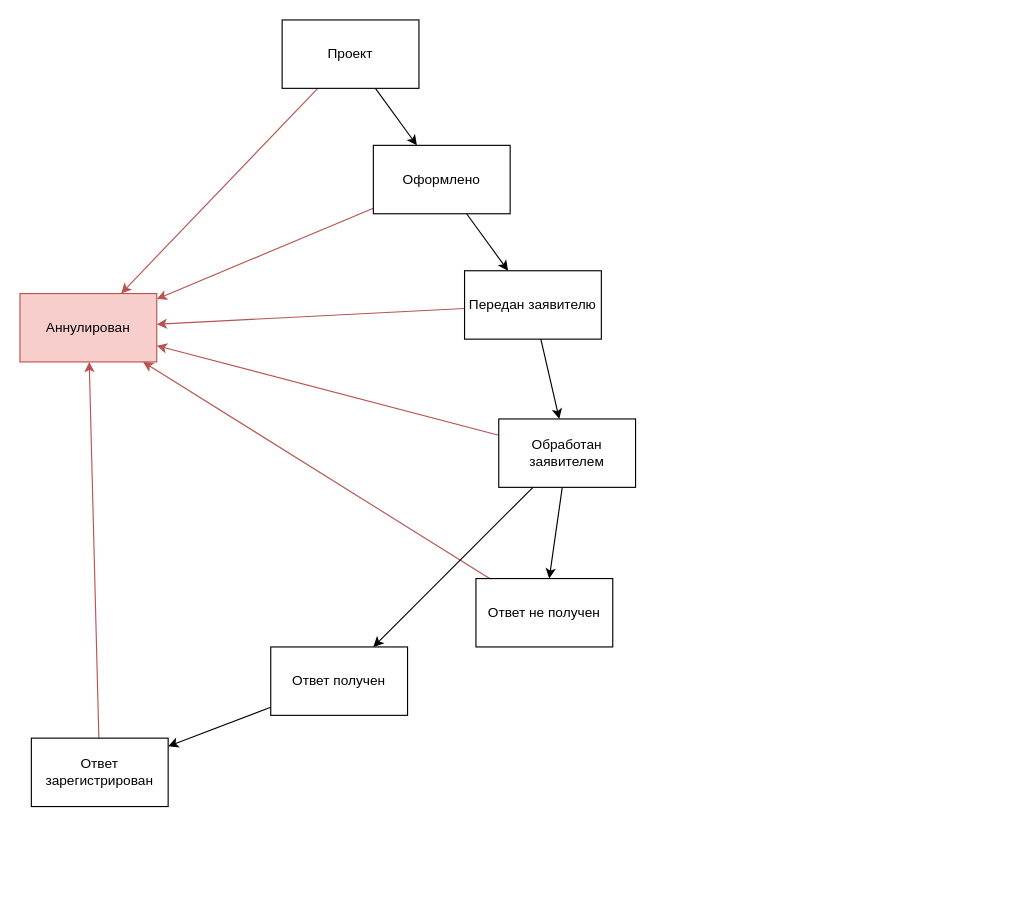
davyd0ff/so-line-grls keeps this draw.io diagram as Domain/Requests/CSApplicantReqeust.States.Statemachine.drawio. Above is the earlier version. Source tidied: cells renumbered, new cells numbered last; positions are measured from the earlier drawing's top-left corner, leaving out a move shared by most shapes. Both pictures are drawn from the tidied source at 114%, with x=0, y=0 at pixel (19, 19).
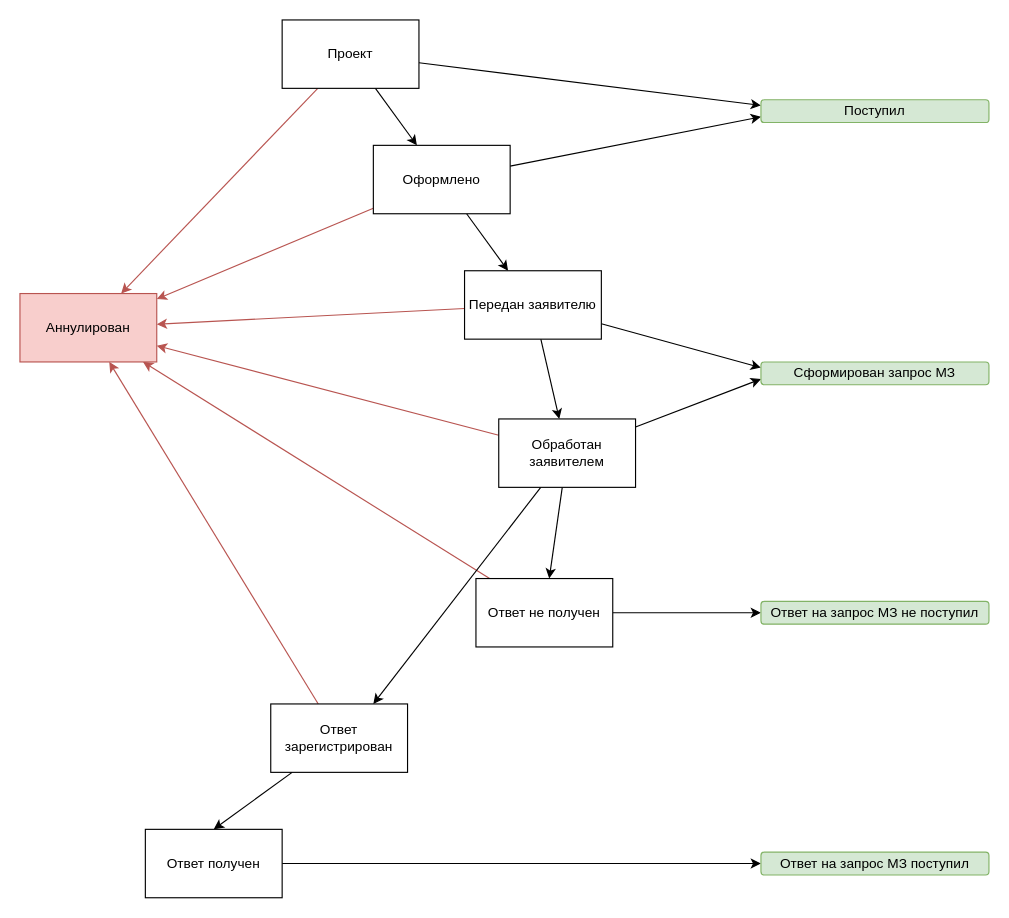
The same diagram, later.

Unchanged cells that the change refers to:
```xml
<mxCell id="4" value="Проект" style="rounded=0;whiteSpace=wrap;html=1;" parent="1" vertex="1">
  <mxGeometry x="230" width="120" height="60" as="geometry" />
</mxCell>
<mxCell id="7" value="Оформлено" style="rounded=0;whiteSpace=wrap;html=1;" parent="1" vertex="1">
  <mxGeometry x="310" y="110" width="120" height="60" as="geometry" />
</mxCell>
<mxCell id="10" value="Передан заявителю" style="rounded=0;whiteSpace=wrap;html=1;" parent="1" vertex="1">
  <mxGeometry x="390" y="220" width="120" height="60" as="geometry" />
</mxCell>
<mxCell id="16" value="Ответ не получен" style="rounded=0;whiteSpace=wrap;html=1;" parent="1" vertex="1">
  <mxGeometry x="400" y="490" width="120" height="60" as="geometry" />
</mxCell>
<mxCell id="21" value="Обработан заявителем" style="rounded=0;whiteSpace=wrap;html=1;" parent="1" vertex="1">
  <mxGeometry x="420" y="350" width="120" height="60" as="geometry" />
</mxCell>
```

The edit, as a diff of the source:
```diff
@@
+    <mxCell id="22" style="edgeStyle=none;rounded=0;jettySize=auto;html=1;entryX=0;entryY=0.25;entryDx=0;entryDy=0;" parent="1" edge="1" source="4" target="29">
+      <mxGeometry relative="1" as="geometry" />
+    </mxCell>
@@
+    <mxCell id="23" style="edgeStyle=none;rounded=0;jettySize=auto;html=1;entryX=0;entryY=0.75;entryDx=0;entryDy=0;" parent="1" edge="1" source="7" target="29">
+      <mxGeometry relative="1" as="geometry" />
+    </mxCell>
@@
+    <mxCell id="24" style="edgeStyle=none;rounded=0;jettySize=auto;html=1;entryX=0;entryY=0.25;entryDx=0;entryDy=0;" parent="1" edge="1" source="10" target="28">
+      <mxGeometry relative="1" as="geometry" />
+    </mxCell>
@@
     <mxCell id="12" value="Ответ зарегистрирован" style="rounded=0;whiteSpace=wrap;html=1;" parent="1" vertex="1">
-      <mxGeometry x="10" y="630" width="120" height="60" as="geometry" />
+      <mxGeometry x="220" y="600" width="120" height="60" as="geometry" />
     </mxCell>
-    <mxCell id="13" style="edgeStyle=none;rounded=0;jettySize=auto;html=1;" parent="1" edge="1" source="15" target="12">
+    <mxCell id="13" style="edgeStyle=none;rounded=0;jettySize=auto;html=1;entryX=0.5;entryY=0;entryDx=0;entryDy=0;" parent="1" edge="1" source="12" target="15">
       <mxGeometry relative="1" as="geometry" />
     </mxCell>
@@
+    <mxCell id="25" style="edgeStyle=none;rounded=0;jettySize=auto;html=1;entryX=0;entryY=0.5;entryDx=0;entryDy=0;" parent="1" edge="1" source="15" target="31">
+      <mxGeometry relative="1" as="geometry" />
+    </mxCell>
     <mxCell id="15" value="Ответ получен" style="rounded=0;whiteSpace=wrap;html=1;" parent="1" vertex="1">
-      <mxGeometry x="220" y="550" width="120" height="60" as="geometry" />
+      <mxGeometry x="110" y="710" width="120" height="60" as="geometry" />
     </mxCell>
+    <mxCell id="26" style="edgeStyle=none;rounded=0;jettySize=auto;html=1;" parent="1" edge="1" source="16" target="30">
+      <mxGeometry relative="1" as="geometry" />
+    </mxCell>
@@
-    <mxCell id="19" style="edgeStyle=none;rounded=0;jettySize=auto;html=1;" parent="1" edge="1" source="21" target="15">
+    <mxCell id="19" style="edgeStyle=none;rounded=0;jettySize=auto;html=1;entryX=0.75;entryY=0;entryDx=0;entryDy=0;" parent="1" edge="1" source="21" target="12">
       <mxGeometry relative="1" as="geometry" />
     </mxCell>
@@
+    <mxCell id="27" style="edgeStyle=none;rounded=0;jettySize=auto;html=1;entryX=0;entryY=0.75;entryDx=0;entryDy=0;" parent="1" edge="1" source="21" target="28">
+      <mxGeometry relative="1" as="geometry" />
+    </mxCell>
@@
+    <mxCell id="28" value="Сформирован запрос МЗ" style="rounded=1;whiteSpace=wrap;html=1;fillColor=#d5e8d4;strokeColor=#82b366;" parent="1" vertex="1">
+      <mxGeometry x="650" y="300" width="200" height="20" as="geometry" />
+    </mxCell>
+    <mxCell id="29" value="Поступил" style="rounded=1;whiteSpace=wrap;html=1;fillColor=#d5e8d4;strokeColor=#82b366;" parent="1" vertex="1">
+      <mxGeometry x="650" y="70" width="200" height="20" as="geometry" />
+    </mxCell>
+    <mxCell id="30" value="Ответ на запрос МЗ не поступил" style="rounded=1;whiteSpace=wrap;html=1;fillColor=#d5e8d4;strokeColor=#82b366;" parent="1" vertex="1">
+      <mxGeometry x="650" y="510" width="200" height="20" as="geometry" />
+    </mxCell>
+    <mxCell id="31" value="Ответ на запрос МЗ поступил" style="rounded=1;whiteSpace=wrap;html=1;fillColor=#d5e8d4;strokeColor=#82b366;" parent="1" vertex="1">
+      <mxGeometry x="650" y="730" width="200" height="20" as="geometry" />
+    </mxCell>
```
